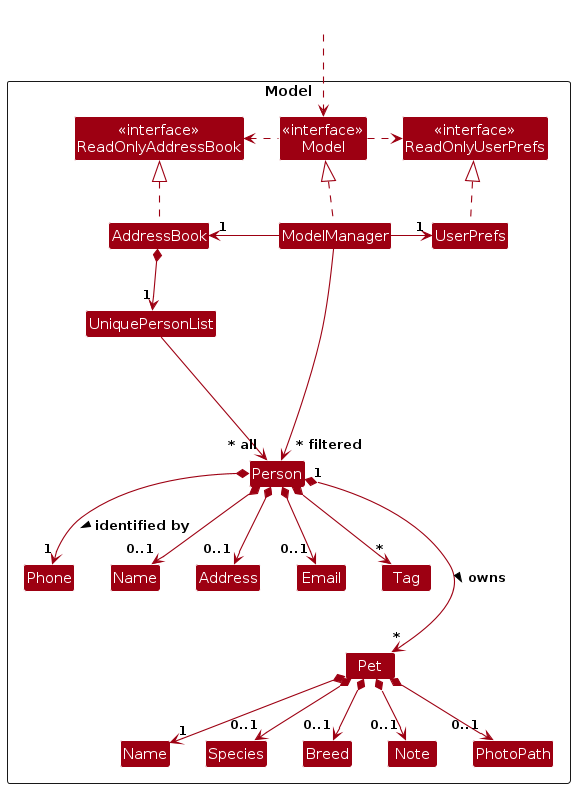
This is diagrams/ModelClassDiagram.png from AY2526S2-CS2103T-F14-2/tp, a PlantUML export, as it was before one commit. Its source is kept beside it as diagrams/ModelClassDiagram.puml. Its diagram source:
```plantuml
@startuml
!include style.puml
skinparam arrowThickness 1.1
skinparam arrowColor MODEL_COLOR
skinparam classBackgroundColor MODEL_COLOR

Package Model as ModelPackage <<Rectangle>>{
    Class "<<interface>>\nReadOnlyAddressBook" as ReadOnlyAddressBook
    Class "<<interface>>\nReadOnlyUserPrefs" as ReadOnlyUserPrefs
    Class "<<interface>>\nModel" as Model
    Class AddressBook
    Class ModelManager
    Class UserPrefs

    Class UniquePersonList
    Class Person
    Class Address
    Class Email
    Class Name
    Class Phone
    Class Tag
    Class Pet
    Class "Name" as PetName
    Class Species
    Class Breed
    Class Note
    Class PhotoPath

    Class I #FFFFFF
}

Class HiddenOutside #FFFFFF
HiddenOutside ..> Model

AddressBook .up.|> ReadOnlyAddressBook

ModelManager .up.|> Model
Model .right.> ReadOnlyUserPrefs
Model .left.> ReadOnlyAddressBook
ModelManager -left-> "1" AddressBook
ModelManager -right-> "1" UserPrefs
UserPrefs .up.|> ReadOnlyUserPrefs

AddressBook *--> "1" UniquePersonList
UniquePersonList --> "~* all" Person

Person *--> "1" Phone : identified by >
Person *--> "0..1" Name
Person *--> "0..1" Email
Person *--> "0..1" Address
Person *--> "*" Tag
Person "1" *---> "*" Pet : owns >

Pet *--> "1" PetName
Pet *--> "0..1" Species
Pet *--> "0..1" Breed
Pet *--> "0..1" Note
Pet *--> "0..1" PhotoPath

ModelManager --> "~* filtered" Person
Person -[hidden]up--> I
UniquePersonList -[hidden]right-> I


Phone -[hidden]right-> Name
Name -[hidden]right-> Address
Address -[hidden]right-> Email
Email -[hidden]right-> Tag

PetName -[hidden]right-> Species
Species -[hidden]right-> Breed
Breed -[hidden]right-> Note
Note -[hidden]right-> PhotoPath

@enduml
```
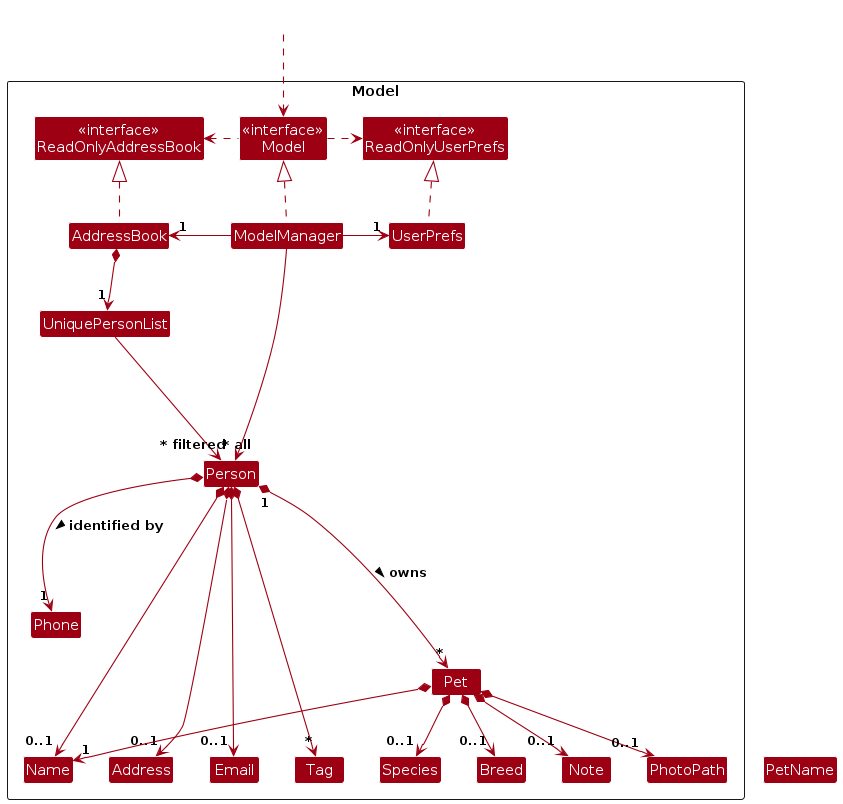
The same file after the commit.

What changed in the source:
```diff
@@ -20,7 +20,6 @@
     Class Phone
     Class Tag
     Class Pet
-    Class "Name" as PetName
     Class Species
     Class Breed
     Class Note
@@ -51,7 +50,7 @@
 Person *--> "*" Tag
 Person "1" *---> "*" Pet : owns >
 
-Pet *--> "1" PetName
+Pet *--> "1" Name
 Pet *--> "0..1" Species
 Pet *--> "0..1" Breed
 Pet *--> "0..1" Note
```
